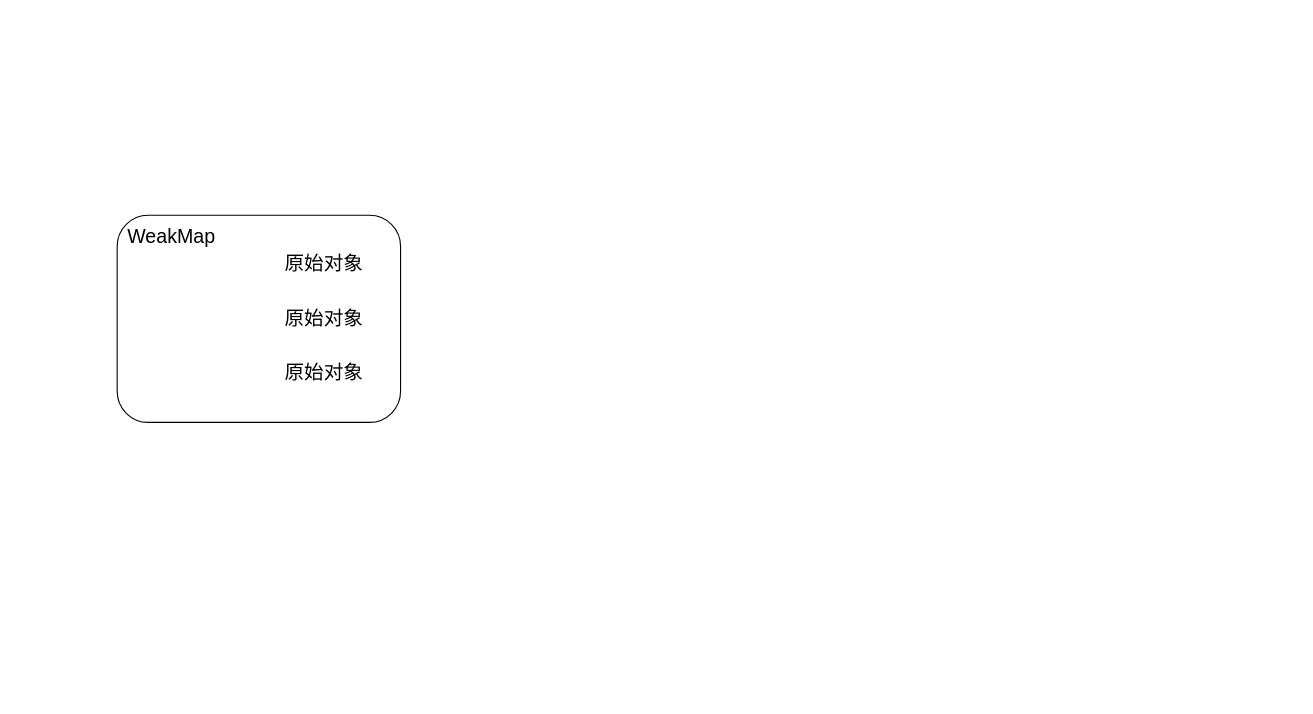
The draw.io diagram vue3依赖映射图.drawio in AdhereZ/graph, before the edit. Source tidied: cells renumbered, new cells numbered last; positions are measured from the earlier drawing's top-left corner, leaving out a move shared by most shapes. Both pictures are drawn from the tidied source at 109%, with x=0, y=0 at pixel (117, 215).
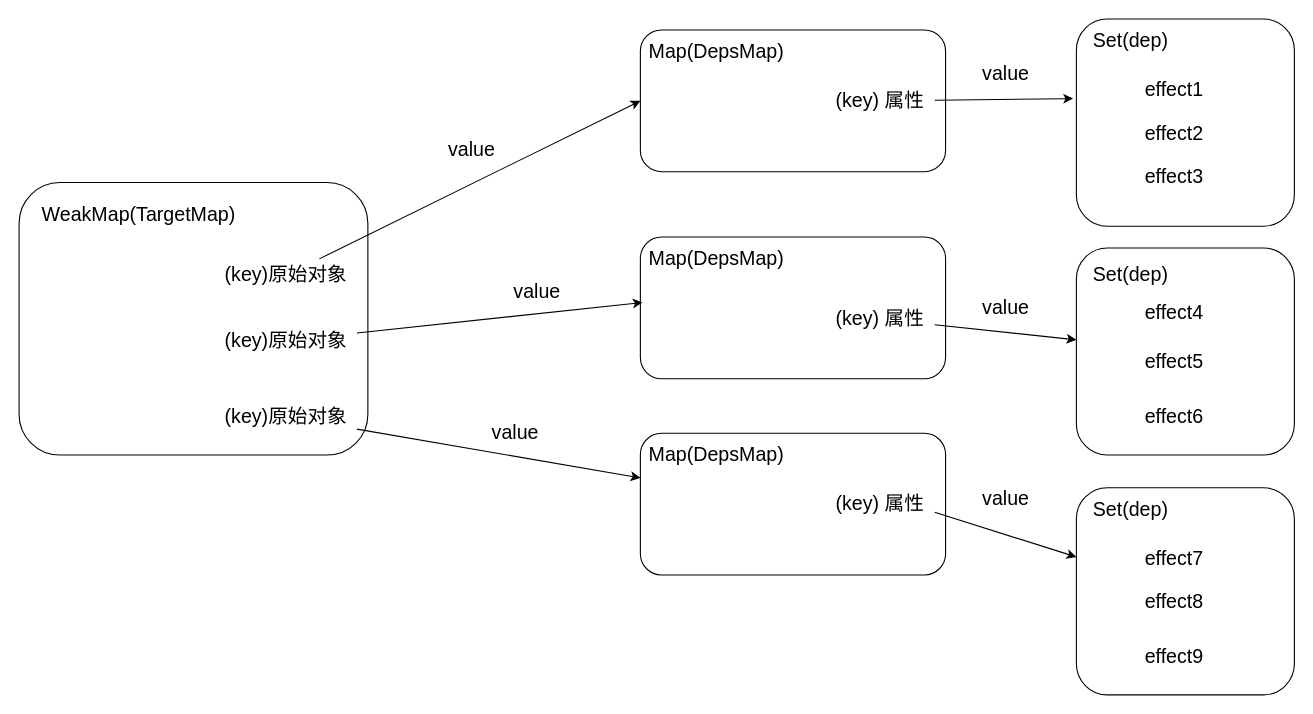
The same page after the edit.

Commit message (it also covers changes not shown here):
更新vue3依赖映射图.drawio

The edit, as a diff of the source:
```diff
@@
     <mxCell id="2" style="rounded=1;whiteSpace=wrap;html=1;" parent="1" vertex="1">
-      <mxGeometry width="260" height="190" as="geometry" />
+      <mxGeometry x="-90" y="-30" width="320" height="250" as="geometry" />
     </mxCell>
-    <mxCell id="3" value="&lt;font style=&quot;font-size: 18px;&quot;&gt;WeakMap&lt;/font&gt;" style="text;html=1;strokeColor=none;fillColor=none;align=center;verticalAlign=middle;whiteSpace=wrap;rounded=0;" parent="1" vertex="1">
-      <mxGeometry x="10" width="80" height="40" as="geometry" />
+    <mxCell id="3" value="&lt;font style=&quot;font-size: 18px;&quot;&gt;WeakMap(TargetMap)&lt;/font&gt;" style="text;html=1;strokeColor=none;fillColor=none;align=center;verticalAlign=middle;whiteSpace=wrap;rounded=0;" parent="1" vertex="1">
+      <mxGeometry x="-20" y="-20" width="80" height="40" as="geometry" />
     </mxCell>
-    <mxCell id="4" value="原始对象" style="text;html=1;strokeColor=none;fillColor=none;align=center;verticalAlign=middle;whiteSpace=wrap;rounded=0;fontSize=18;" parent="1" vertex="1">
-      <mxGeometry x="140" y="30" width="100" height="30" as="geometry" />
+    <mxCell id="4" value="(key)原始对象" style="text;html=1;strokeColor=none;fillColor=none;align=center;verticalAlign=middle;whiteSpace=wrap;rounded=0;fontSize=18;" parent="1" vertex="1">
+      <mxGeometry x="90" y="40" width="130" height="30" as="geometry" />
     </mxCell>
-    <mxCell id="5" value="原始对象" style="text;html=1;strokeColor=none;fillColor=none;align=center;verticalAlign=middle;whiteSpace=wrap;rounded=0;fontSize=18;" parent="1" vertex="1">
-      <mxGeometry x="135" y="80" width="110" height="30" as="geometry" />
-    </mxCell>
-    <mxCell id="6" value="原始对象" style="text;html=1;strokeColor=none;fillColor=none;align=center;verticalAlign=middle;whiteSpace=wrap;rounded=0;fontSize=18;" parent="1" vertex="1">
-      <mxGeometry x="135" y="130" width="110" height="30" as="geometry" />
-    </mxCell>
+    <mxCell id="7" value="(key)原始对象" style="text;html=1;strokeColor=none;fillColor=none;align=center;verticalAlign=middle;whiteSpace=wrap;rounded=0;fontSize=18;" parent="1" vertex="1">
+      <mxGeometry x="90" y="100" width="130" height="30" as="geometry" />
+    </mxCell>
+    <mxCell id="8" value="(key)原始对象" style="text;html=1;strokeColor=none;fillColor=none;align=center;verticalAlign=middle;whiteSpace=wrap;rounded=0;fontSize=18;" parent="1" vertex="1">
+      <mxGeometry x="90" y="170" width="130" height="30" as="geometry" />
+    </mxCell>
+    <mxCell id="9" style="rounded=1;whiteSpace=wrap;html=1;fontSize=18;" parent="1" vertex="1">
+      <mxGeometry x="480" y="-170" width="280" height="130" as="geometry" />
+    </mxCell>
+    <mxCell id="10" value="&lt;font style=&quot;font-size: 18px;&quot;&gt;Map(DepsMap)&lt;/font&gt;" style="text;html=1;strokeColor=none;fillColor=none;align=center;verticalAlign=middle;whiteSpace=wrap;rounded=0;" parent="1" vertex="1">
+      <mxGeometry x="510" y="-170" width="80" height="40" as="geometry" />
+    </mxCell>
+    <mxCell id="11" value="(key) 属性" style="text;html=1;strokeColor=none;fillColor=none;align=center;verticalAlign=middle;whiteSpace=wrap;rounded=0;fontSize=18;" parent="1" vertex="1">
+      <mxGeometry x="650" y="-120" width="100" height="30" as="geometry" />
+    </mxCell>
+    <mxCell id="12" style="endArrow=classic;html=1;rounded=0;fontSize=18;entryX=0;entryY=0.5;entryDx=0;entryDy=0;" parent="1" edge="1" source="4" target="9">
+      <mxGeometry relative="1" as="geometry" />
+    </mxCell>
+    <mxCell id="13" value="value" style="text;html=1;align=center;verticalAlign=middle;strokeColor=none;fillColor=none;fontSize=18;" parent="1" vertex="1">
+      <mxGeometry x="290" y="-80" width="70" height="40" as="geometry" />
+    </mxCell>
+    <mxCell id="14" style="rounded=1;whiteSpace=wrap;html=1;fontSize=18;" parent="1" vertex="1">
+      <mxGeometry x="480" y="20" width="280" height="130" as="geometry" />
+    </mxCell>
+    <mxCell id="15" value="&lt;font style=&quot;font-size: 18px;&quot;&gt;Map(DepsMap)&lt;/font&gt;" style="text;html=1;strokeColor=none;fillColor=none;align=center;verticalAlign=middle;whiteSpace=wrap;rounded=0;" parent="1" vertex="1">
+      <mxGeometry x="510" y="20" width="80" height="40" as="geometry" />
+    </mxCell>
+    <mxCell id="16" value="(key) 属性" style="text;html=1;strokeColor=none;fillColor=none;align=center;verticalAlign=middle;whiteSpace=wrap;rounded=0;fontSize=18;" parent="1" vertex="1">
+      <mxGeometry x="650" y="80" width="100" height="30" as="geometry" />
+    </mxCell>
+    <mxCell id="17" style="endArrow=classic;html=1;rounded=0;fontSize=18;entryX=0;entryY=0.5;entryDx=0;entryDy=0;" parent="1" edge="1" source="7">
+      <mxGeometry relative="1" as="geometry">
+        <mxPoint x="482" y="80" as="targetPoint" />
+      </mxGeometry>
+    </mxCell>
+    <mxCell id="18" value="value" style="text;html=1;align=center;verticalAlign=middle;strokeColor=none;fillColor=none;fontSize=18;" parent="1" vertex="1">
+      <mxGeometry x="350" y="50" width="70" height="40" as="geometry" />
+    </mxCell>
+    <mxCell id="19" style="rounded=1;whiteSpace=wrap;html=1;fontSize=18;" parent="1" vertex="1">
+      <mxGeometry x="480" y="200" width="280" height="130" as="geometry" />
+    </mxCell>
+    <mxCell id="20" value="&lt;font style=&quot;font-size: 18px;&quot;&gt;Map(DepsMap)&lt;/font&gt;" style="text;html=1;strokeColor=none;fillColor=none;align=center;verticalAlign=middle;whiteSpace=wrap;rounded=0;" parent="1" vertex="1">
+      <mxGeometry x="510" y="200" width="80" height="40" as="geometry" />
+    </mxCell>
+    <mxCell id="21" value="(key) 属性" style="text;html=1;strokeColor=none;fillColor=none;align=center;verticalAlign=middle;whiteSpace=wrap;rounded=0;fontSize=18;" parent="1" vertex="1">
+      <mxGeometry x="650" y="250" width="100" height="30" as="geometry" />
+    </mxCell>
+    <mxCell id="22" style="endArrow=classic;html=1;rounded=0;fontSize=18;" parent="1" edge="1" source="8" target="19">
+      <mxGeometry relative="1" as="geometry" />
+    </mxCell>
+    <mxCell id="23" value="value" style="text;html=1;align=center;verticalAlign=middle;strokeColor=none;fillColor=none;fontSize=18;" parent="1" vertex="1">
+      <mxGeometry x="330" y="180" width="70" height="40" as="geometry" />
+    </mxCell>
+    <mxCell id="24" style="rounded=1;whiteSpace=wrap;html=1;fontSize=18;" parent="1" vertex="1">
+      <mxGeometry x="880" y="-180" width="200" height="190" as="geometry" />
+    </mxCell>
+    <mxCell id="25" value="&lt;font style=&quot;font-size: 18px;&quot;&gt;Set(dep)&lt;/font&gt;" style="text;html=1;strokeColor=none;fillColor=none;align=center;verticalAlign=middle;whiteSpace=wrap;rounded=0;" parent="1" vertex="1">
+      <mxGeometry x="890" y="-180" width="80" height="40" as="geometry" />
+    </mxCell>
+    <mxCell id="26" value="effect1" style="text;html=1;strokeColor=none;fillColor=none;align=center;verticalAlign=middle;whiteSpace=wrap;rounded=0;fontSize=18;" parent="1" vertex="1">
+      <mxGeometry x="940" y="-130" width="60" height="30" as="geometry" />
+    </mxCell>
+    <mxCell id="27" value="effect2" style="text;html=1;strokeColor=none;fillColor=none;align=center;verticalAlign=middle;whiteSpace=wrap;rounded=0;fontSize=18;" parent="1" vertex="1">
+      <mxGeometry x="940" y="-90" width="60" height="30" as="geometry" />
+    </mxCell>
+    <mxCell id="28" value="effect3" style="text;html=1;strokeColor=none;fillColor=none;align=center;verticalAlign=middle;whiteSpace=wrap;rounded=0;fontSize=18;" parent="1" vertex="1">
+      <mxGeometry x="940" y="-50" width="60" height="30" as="geometry" />
+    </mxCell>
+    <mxCell id="29" style="rounded=1;whiteSpace=wrap;html=1;fontSize=18;" parent="1" vertex="1">
+      <mxGeometry x="880" y="30" width="200" height="190" as="geometry" />
+    </mxCell>
+    <mxCell id="30" value="&lt;font style=&quot;font-size: 18px;&quot;&gt;Set(dep)&lt;/font&gt;" style="text;html=1;strokeColor=none;fillColor=none;align=center;verticalAlign=middle;whiteSpace=wrap;rounded=0;" parent="1" vertex="1">
+      <mxGeometry x="890" y="35" width="80" height="40" as="geometry" />
+    </mxCell>
+    <mxCell id="31" value="effect4" style="text;html=1;strokeColor=none;fillColor=none;align=center;verticalAlign=middle;whiteSpace=wrap;rounded=0;fontSize=18;" parent="1" vertex="1">
+      <mxGeometry x="940" y="75" width="60" height="30" as="geometry" />
+    </mxCell>
+    <mxCell id="32" value="effect5" style="text;html=1;strokeColor=none;fillColor=none;align=center;verticalAlign=middle;whiteSpace=wrap;rounded=0;fontSize=18;" parent="1" vertex="1">
+      <mxGeometry x="940" y="120" width="60" height="30" as="geometry" />
+    </mxCell>
+    <mxCell id="33" value="effect6" style="text;html=1;strokeColor=none;fillColor=none;align=center;verticalAlign=middle;whiteSpace=wrap;rounded=0;fontSize=18;" parent="1" vertex="1">
+      <mxGeometry x="940" y="170" width="60" height="30" as="geometry" />
+    </mxCell>
+    <mxCell id="34" style="endArrow=classic;html=1;rounded=0;fontSize=18;entryX=-0.015;entryY=0.384;entryDx=0;entryDy=0;entryPerimeter=0;" parent="1" edge="1" source="11" target="24">
+      <mxGeometry relative="1" as="geometry" />
+    </mxCell>
+    <mxCell id="35" value="value" style="text;html=1;align=center;verticalAlign=middle;strokeColor=none;fillColor=none;fontSize=18;" parent="1" vertex="1">
+      <mxGeometry x="780" y="-150" width="70" height="40" as="geometry" />
+    </mxCell>
+    <mxCell id="36" style="endArrow=classic;html=1;rounded=0;fontSize=18;" parent="1" edge="1" source="16" target="29">
+      <mxGeometry relative="1" as="geometry" />
+    </mxCell>
+    <mxCell id="37" value="value" style="text;html=1;align=center;verticalAlign=middle;strokeColor=none;fillColor=none;fontSize=18;" parent="1" vertex="1">
+      <mxGeometry x="780" y="65" width="70" height="40" as="geometry" />
+    </mxCell>
+    <mxCell id="38" style="rounded=1;whiteSpace=wrap;html=1;fontSize=18;" parent="1" vertex="1">
+      <mxGeometry x="880" y="250" width="200" height="190" as="geometry" />
+    </mxCell>
+    <mxCell id="39" value="&lt;font style=&quot;font-size: 18px;&quot;&gt;Set(dep)&lt;/font&gt;" style="text;html=1;strokeColor=none;fillColor=none;align=center;verticalAlign=middle;whiteSpace=wrap;rounded=0;" parent="1" vertex="1">
+      <mxGeometry x="890" y="250" width="80" height="40" as="geometry" />
+    </mxCell>
+    <mxCell id="40" value="effect7" style="text;html=1;strokeColor=none;fillColor=none;align=center;verticalAlign=middle;whiteSpace=wrap;rounded=0;fontSize=18;" parent="1" vertex="1">
+      <mxGeometry x="940" y="300" width="60" height="30" as="geometry" />
+    </mxCell>
+    <mxCell id="41" value="effect8" style="text;html=1;strokeColor=none;fillColor=none;align=center;verticalAlign=middle;whiteSpace=wrap;rounded=0;fontSize=18;" parent="1" vertex="1">
+      <mxGeometry x="940" y="340" width="60" height="30" as="geometry" />
+    </mxCell>
+    <mxCell id="42" value="effect9" style="text;html=1;strokeColor=none;fillColor=none;align=center;verticalAlign=middle;whiteSpace=wrap;rounded=0;fontSize=18;" parent="1" vertex="1">
+      <mxGeometry x="940" y="390" width="60" height="30" as="geometry" />
+    </mxCell>
+    <mxCell id="43" style="endArrow=classic;html=1;rounded=0;fontSize=18;exitX=1;exitY=0.75;exitDx=0;exitDy=0;" parent="1" edge="1" source="21" target="38">
+      <mxGeometry relative="1" as="geometry" />
+    </mxCell>
+    <mxCell id="44" value="value" style="text;html=1;align=center;verticalAlign=middle;strokeColor=none;fillColor=none;fontSize=18;" parent="1" vertex="1">
+      <mxGeometry x="780" y="240" width="70" height="40" as="geometry" />
+    </mxCell>
```
